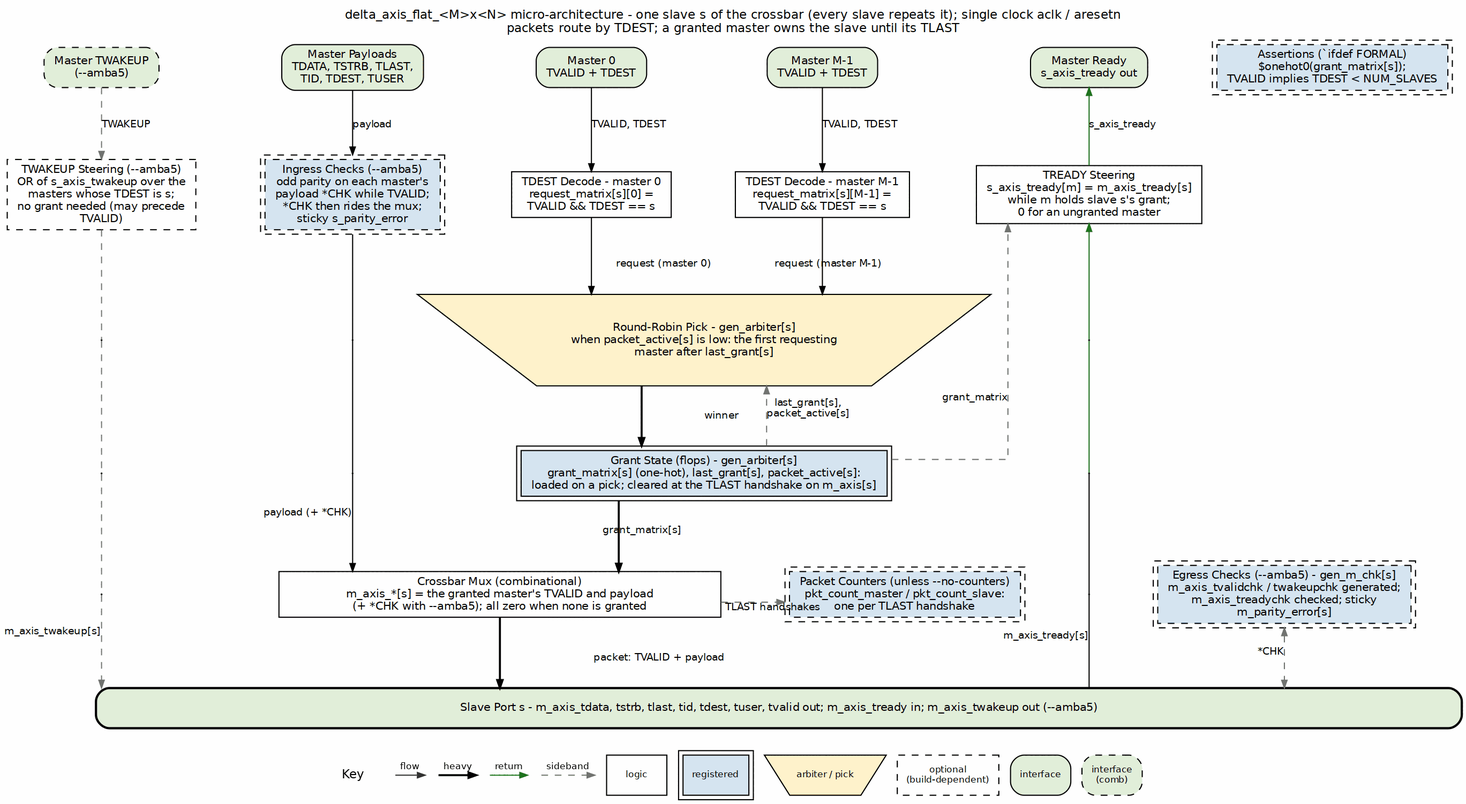
Above: projects/components/fabric-gen-ip/delta/docs/delta_mas/assets/graphviz/delta_mas_block_diagram.png in sean-galloway/RTLDesignSherpa (Graphviz), before the change. Its source is kept beside it as projects/components/fabric-gen-ip/delta/docs/delta_mas/assets/graphviz/delta_mas_block_diagram.dot.
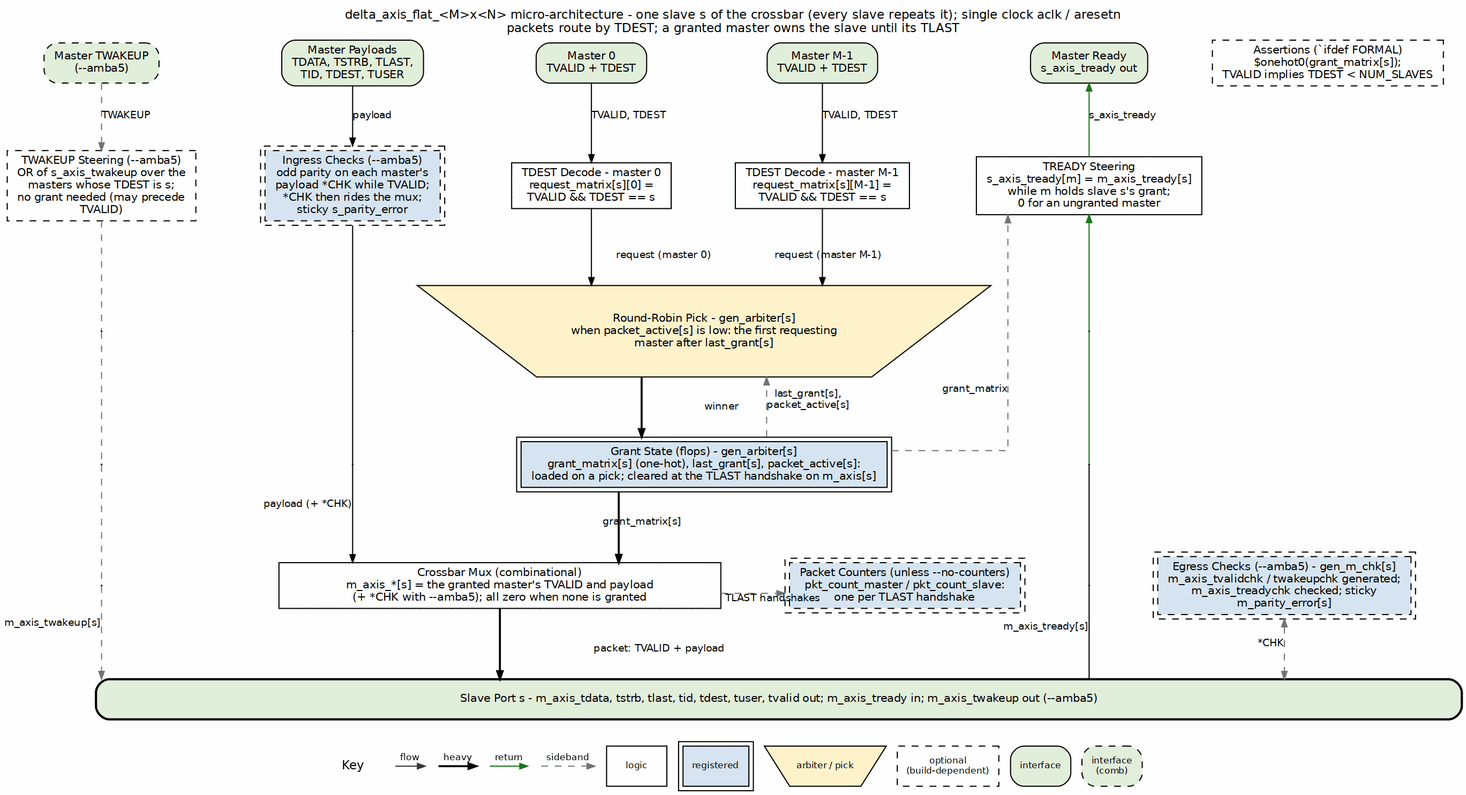
Above is the later version.

Change to the diagram source:
```diff
@@ -44,7 +44,7 @@
     pwk3 -> mux -> cnt -> pr3 -> ech [style=invis];
 
     ech [label="Egress Checks (--amba5) - gen_m_chk[s]\nm_axis_tvalidchk / twakeupchk generated;\nm_axis_treadychk checked; sticky\nm_parity_error[s]", style="filled,dashed", peripheries=2, style="filled,dashed", fillcolor="#D6E4F0"];
-    asr [label="Assertions (`ifdef FORMAL)\n$onehot0(grant_matrix[s]);\nTVALID implies TDEST < NUM_SLAVES", style="filled,dashed", peripheries=2, style="filled,dashed", fillcolor="#D6E4F0"];
+    asr [label="Assertions (`ifdef FORMAL)\n$onehot0(grant_matrix[s]);\nTVALID implies TDEST < NUM_SLAVES", style="filled,dashed", style="filled,dashed", fillcolor="white"];
     cnt [label="Packet Counters (unless --no-counters)\npkt_count_master / pkt_count_slave:\none per TLAST handshake", style="filled,dashed", peripheries=2, style="filled,dashed", fillcolor="#D6E4F0"];
 
     bar [label="Slave Port s - m_axis_tdata, tstrb, tlast, tid, tdest, tuser, tvalid out; m_axis_tready in; m_axis_twakeup out (--amba5)",
```
